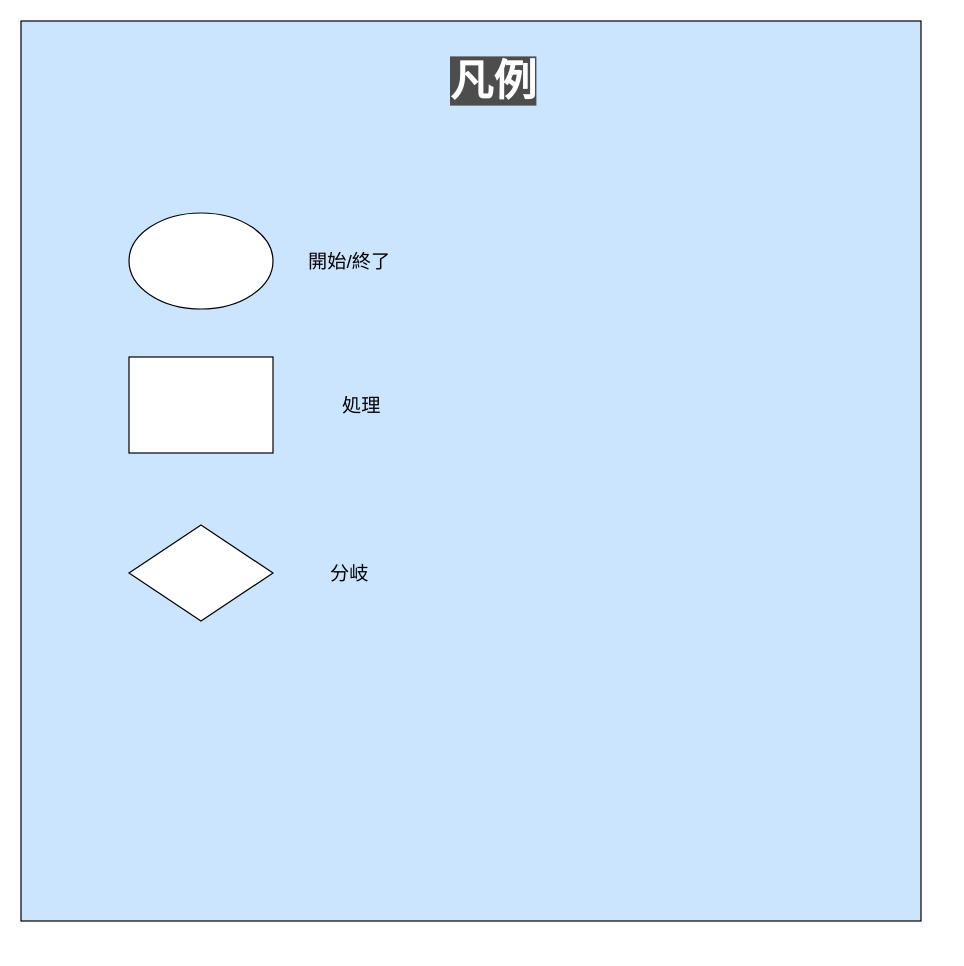
The draw.io diagram page "凡例" (1 of 6) of 20230622To-Be業務フロー図.drawio in TaikiHorita/TaikiRepository, before the edit. Source tidied: cells renumbered, new cells numbered last; positions are measured from the earlier drawing's top-left corner, leaving out a move shared by most shapes. Both pictures are drawn from the tidied source at 120%, with x=0, y=0 at pixel (20, 20).
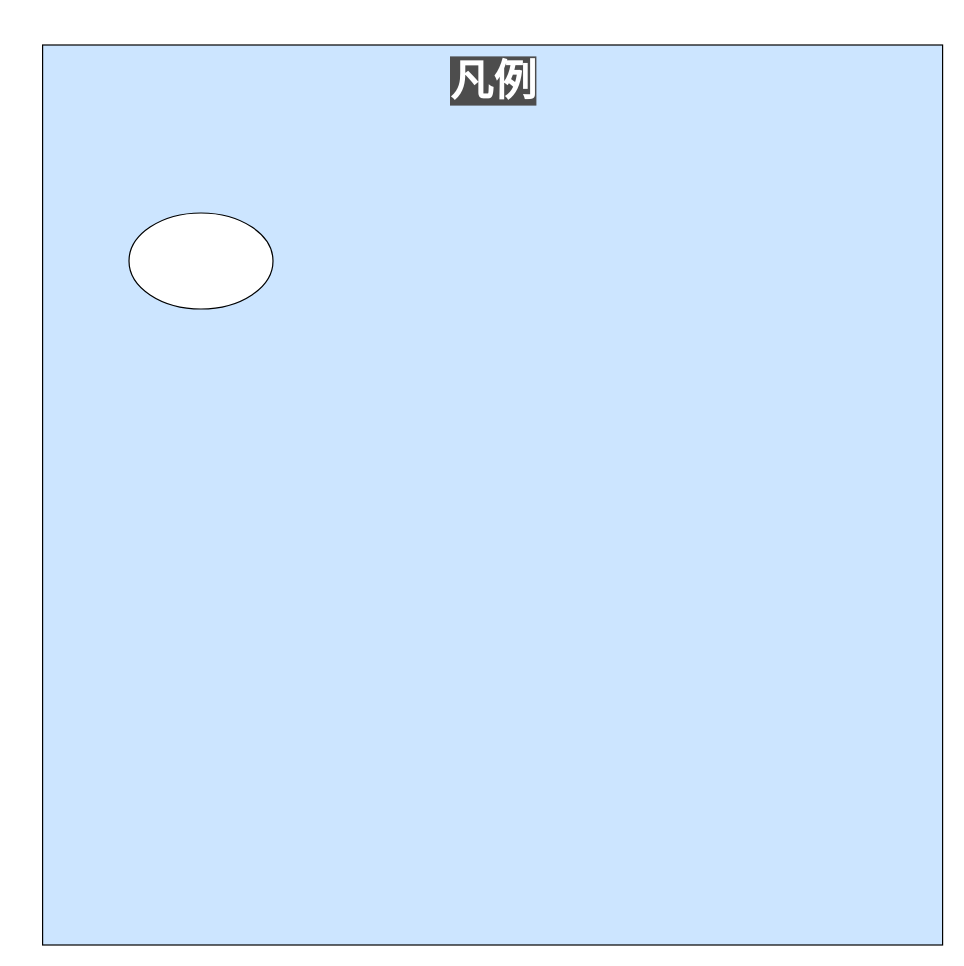
The same page after the edit.

Change to the diagram source:
```diff
@@
 <mxGraphModel>
   <root>
     <mxCell id="0" />
     <mxCell id="1" parent="0" />
     <mxCell id="2" value="&lt;p style=&quot;line-height: 120%;&quot;&gt;&lt;br&gt;&lt;/p&gt;" style="whiteSpace=wrap;html=1;fillColor=#CCE5FF;" parent="1" vertex="1">
-      <mxGeometry width="750" height="750" as="geometry" />
+      <mxGeometry x="18" y="20" width="750" height="750" as="geometry" />
     </mxCell>
     <mxCell id="3" value="&lt;font color=&quot;#ffffff&quot; style=&quot;font-size: 36px; background-color: rgb(77, 77, 77);&quot;&gt;凡例&lt;/font&gt;" style="text;strokeColor=none;align=center;fillColor=none;html=1;verticalAlign=middle;whiteSpace=wrap;rounded=0;fontStyle=1;horizontal=1;" parent="1" vertex="1">
       <mxGeometry x="324" y="40" width="140" height="20" as="geometry" />
     </mxCell>
     <mxCell id="4" style="ellipse;whiteSpace=wrap;html=1;" parent="1" vertex="1">
       <mxGeometry x="90" y="160" width="120" height="80" as="geometry" />
     </mxCell>
-    <mxCell id="5" value="開始/終了" style="text;strokeColor=none;align=center;fillColor=none;html=1;verticalAlign=middle;whiteSpace=wrap;rounded=0;fontSize=16;" parent="1" vertex="1">
-      <mxGeometry x="224" y="175" width="100" height="50" as="geometry" />
-    </mxCell>
-    <mxCell id="6" style="whiteSpace=wrap;html=1;fontSize=16;" parent="1" vertex="1">
-      <mxGeometry x="90" y="280" width="120" height="80" as="geometry" />
-    </mxCell>
-    <mxCell id="7" style="edgeStyle=none;curved=1;rounded=0;orthogonalLoop=1;jettySize=auto;html=1;entryX=1;entryY=1;entryDx=0;entryDy=0;fontSize=12;startSize=8;endSize=8;" parent="1" edge="1" source="6" target="6">
-      <mxGeometry relative="1" as="geometry" />
-    </mxCell>
-    <mxCell id="8" value="処理" style="text;strokeColor=none;align=center;fillColor=none;html=1;verticalAlign=middle;whiteSpace=wrap;rounded=0;fontSize=16;" parent="1" vertex="1">
-      <mxGeometry x="244" y="285" width="80" height="70" as="geometry" />
-    </mxCell>
-    <mxCell id="9" style="rhombus;whiteSpace=wrap;html=1;fontSize=16;" parent="1" vertex="1">
-      <mxGeometry x="90" y="420" width="120" height="80" as="geometry" />
-    </mxCell>
-    <mxCell id="10" value="分岐" style="text;strokeColor=none;align=center;fillColor=none;html=1;verticalAlign=middle;whiteSpace=wrap;rounded=0;fontSize=16;" parent="1" vertex="1">
-      <mxGeometry x="231" y="425" width="86" height="70" as="geometry" />
-    </mxCell>
   </root>
 </mxGraphModel>
```
